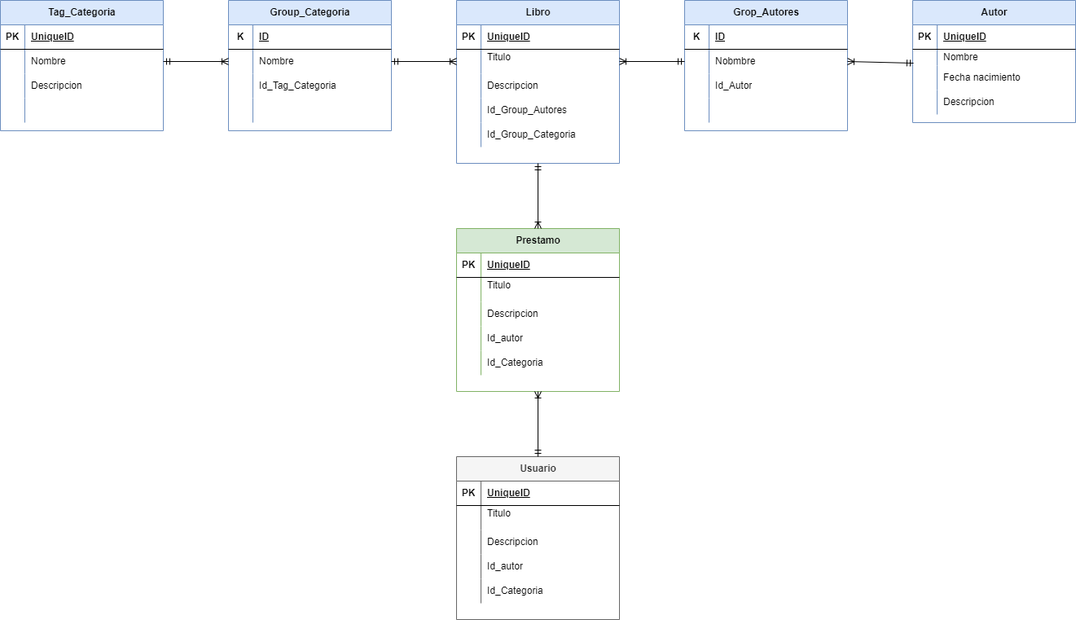
Before: Vista de datos.png, a diagram exported from draw.io (MuelitasVil/FastApi-Api-Restaurante). Source tidied: cells renumbered, new cells last; positions are measured from the earlier drawing's top-left corner, leaving out a move shared by most shapes.
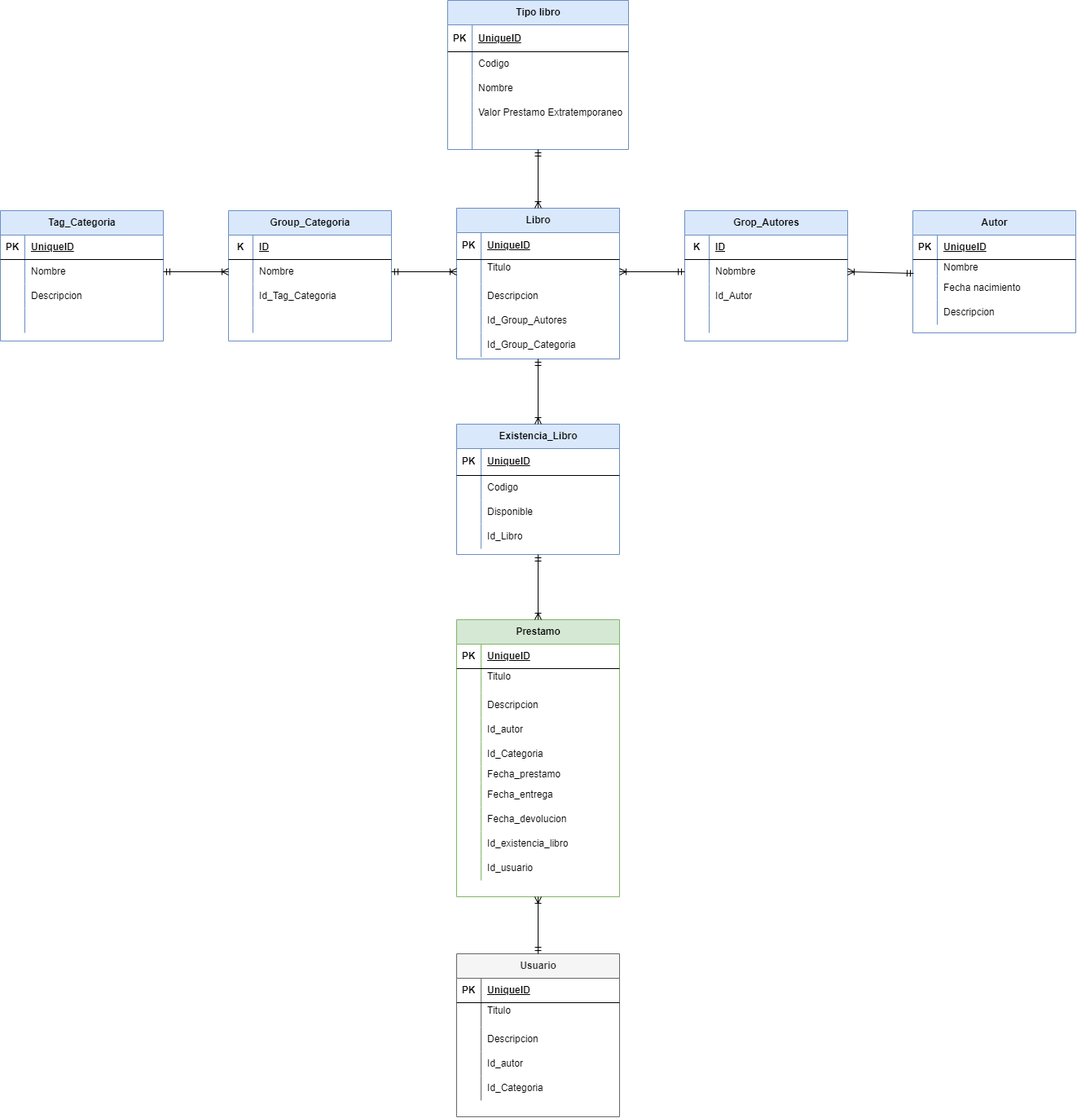
The same diagram one commit later.

What changed in the source:
```diff
@@ -3,19 +3,19 @@
     <mxCell id="0" />
     <mxCell id="1" parent="0" />
     <mxCell id="2" value="Libro" style="shape=table;startSize=30;rowLines=0;fontStyle=1;align=center;html=1;fillColor=#dae8fc;strokeColor=#6c8ebf;" parent="1" vertex="1">
-      <mxGeometry x="560" width="200" height="200" as="geometry" />
+      <mxGeometry x="560" y="-3" width="200" height="185" as="geometry" />
     </mxCell>
     <mxCell id="3" style="shape=tableRow;horizontal=0;startSize=0;swimlaneHead=0;swimlaneBody=0;fillColor=none;top=0;left=0;right=0;bottom=1;" parent="2" vertex="1">
-      <mxGeometry y="30" width="200" height="30" as="geometry" />
+      <mxGeometry y="30" width="200" height="33" as="geometry" />
     </mxCell>
     <mxCell id="4" value="PK" style="shape=partialRectangle;fillColor=none;top=0;left=0;bottom=0;right=0;fontStyle=1;overflow=hidden;whiteSpace=wrap;html=1;" parent="3" vertex="1">
-      <mxGeometry width="30" height="30" as="geometry" />
+      <mxGeometry width="30" height="33" as="geometry" />
     </mxCell>
     <mxCell id="5" value="UniqueID" style="shape=partialRectangle;fillColor=none;top=0;left=0;bottom=0;right=0;align=left;spacingLeft=6;fontStyle=5;overflow=hidden;whiteSpace=wrap;html=1;" parent="3" vertex="1">
-      <mxGeometry x="30" width="170" height="30" as="geometry" />
+      <mxGeometry x="30" width="170" height="33" as="geometry" />
     </mxCell>
     <mxCell id="6" style="shape=tableRow;horizontal=0;startSize=0;swimlaneHead=0;swimlaneBody=0;fillColor=none;points=[[0,0.5],[1,0.5]];portConstraint=eastwest;top=0;left=0;right=0;bottom=0;" parent="2" vertex="1">
-      <mxGeometry y="60" width="200" height="30" as="geometry" />
+      <mxGeometry y="63" width="200" height="30" as="geometry" />
     </mxCell>
     <mxCell id="7" style="shape=partialRectangle;fillColor=none;top=0;left=0;bottom=0;right=0;overflow=hidden;whiteSpace=wrap;html=1;" parent="6" vertex="1">
       <mxGeometry width="30" height="30" as="geometry" />
@@ -24,7 +24,7 @@
       <mxGeometry x="30" width="170" height="30" as="geometry" />
     </mxCell>
     <mxCell id="9" style="shape=tableRow;horizontal=0;startSize=0;swimlaneHead=0;swimlaneBody=0;fillColor=none;top=0;left=0;right=0;bottom=0;" parent="2" vertex="1">
-      <mxGeometry y="90" width="200" height="30" as="geometry" />
+      <mxGeometry y="93" width="200" height="30" as="geometry" />
     </mxCell>
     <mxCell id="10" style="shape=partialRectangle;fillColor=none;top=0;left=0;bottom=0;right=0;overflow=hidden;whiteSpace=wrap;html=1;" parent="9" vertex="1">
       <mxGeometry width="30" height="30" as="geometry" />
@@ -33,7 +33,7 @@
       <mxGeometry x="30" width="170" height="30" as="geometry" />
     </mxCell>
     <mxCell id="12" style="shape=tableRow;horizontal=0;startSize=0;swimlaneHead=0;swimlaneBody=0;fillColor=none;top=0;left=0;right=0;bottom=0;" parent="2" vertex="1">
-      <mxGeometry y="120" width="200" height="30" as="geometry" />
+      <mxGeometry y="123" width="200" height="30" as="geometry" />
     </mxCell>
     <mxCell id="13" style="shape=partialRectangle;fillColor=none;top=0;left=0;bottom=0;right=0;overflow=hidden;whiteSpace=wrap;html=1;" parent="12" vertex="1">
       <mxGeometry width="30" height="30" as="geometry" />
@@ -42,7 +42,7 @@
       <mxGeometry x="30" width="170" height="30" as="geometry" />
     </mxCell>
     <mxCell id="15" style="shape=tableRow;horizontal=0;startSize=0;swimlaneHead=0;swimlaneBody=0;fillColor=none;top=0;left=0;right=0;bottom=0;" parent="2" vertex="1">
-      <mxGeometry y="150" width="200" height="30" as="geometry" />
+      <mxGeometry y="153" width="200" height="30" as="geometry" />
     </mxCell>
     <mxCell id="16" style="shape=partialRectangle;fillColor=none;top=0;left=0;bottom=0;right=0;overflow=hidden;whiteSpace=wrap;html=1;" parent="15" vertex="1">
       <mxGeometry width="30" height="30" as="geometry" />
@@ -207,7 +207,7 @@
       <mxGeometry x="30" width="170" height="30" as="geometry" />
     </mxCell>
     <mxCell id="70" value="Prestamo" style="shape=table;startSize=30;rowLines=0;fontStyle=1;align=center;html=1;fillColor=#d5e8d4;strokeColor=#82b366;" parent="1" vertex="1">
-      <mxGeometry x="560" y="280" width="200" height="200" as="geometry" />
+      <mxGeometry x="560" y="502" width="200" height="340" as="geometry" />
     </mxCell>
     <mxCell id="71" style="shape=tableRow;horizontal=0;startSize=0;swimlaneHead=0;swimlaneBody=0;fillColor=none;top=0;left=0;right=0;bottom=1;" parent="70" vertex="1">
       <mxGeometry y="30" width="200" height="30" as="geometry" />
@@ -254,8 +254,53 @@
     <mxCell id="85" value="Id_Categoria" style="shape=partialRectangle;fillColor=none;top=0;left=0;bottom=0;right=0;align=left;spacingLeft=6;overflow=hidden;whiteSpace=wrap;html=1;" parent="83" vertex="1">
       <mxGeometry x="30" width="170" height="30" as="geometry" />
     </mxCell>
+    <mxCell id="108" style="shape=tableRow;horizontal=0;startSize=0;swimlaneHead=0;swimlaneBody=0;fillColor=none;top=0;left=0;right=0;bottom=0;" parent="70" vertex="1">
+      <mxGeometry y="180" width="200" height="20" as="geometry" />
+    </mxCell>
+    <mxCell id="109" style="shape=partialRectangle;fillColor=none;top=0;left=0;bottom=0;right=0;overflow=hidden;whiteSpace=wrap;html=1;" parent="108" vertex="1">
+      <mxGeometry width="30" height="20" as="geometry" />
+    </mxCell>
+    <mxCell id="110" value="Fecha_prestamo" style="shape=partialRectangle;fillColor=none;top=0;left=0;bottom=0;right=0;align=left;spacingLeft=6;overflow=hidden;whiteSpace=wrap;html=1;" parent="108" vertex="1">
+      <mxGeometry x="30" width="170" height="20" as="geometry" />
+    </mxCell>
+    <mxCell id="111" style="shape=tableRow;horizontal=0;startSize=0;swimlaneHead=0;swimlaneBody=0;fillColor=none;top=0;left=0;right=0;bottom=0;" parent="70" vertex="1">
+      <mxGeometry y="200" width="200" height="30" as="geometry" />
+    </mxCell>
+    <mxCell id="112" style="shape=partialRectangle;fillColor=none;top=0;left=0;bottom=0;right=0;overflow=hidden;whiteSpace=wrap;html=1;" parent="111" vertex="1">
+      <mxGeometry width="30" height="30" as="geometry" />
+    </mxCell>
+    <mxCell id="113" value="Fecha_entrega" style="shape=partialRectangle;fillColor=none;top=0;left=0;bottom=0;right=0;align=left;spacingLeft=6;overflow=hidden;whiteSpace=wrap;html=1;" parent="111" vertex="1">
+      <mxGeometry x="30" width="170" height="30" as="geometry" />
+    </mxCell>
+    <mxCell id="114" style="shape=tableRow;horizontal=0;startSize=0;swimlaneHead=0;swimlaneBody=0;fillColor=none;top=0;left=0;right=0;bottom=0;" parent="70" vertex="1">
+      <mxGeometry y="230" width="200" height="30" as="geometry" />
+    </mxCell>
+    <mxCell id="115" style="shape=partialRectangle;fillColor=none;top=0;left=0;bottom=0;right=0;overflow=hidden;whiteSpace=wrap;html=1;" parent="114" vertex="1">
+      <mxGeometry width="30" height="30" as="geometry" />
+    </mxCell>
+    <mxCell id="116" value="Fecha_devolucion" style="shape=partialRectangle;fillColor=none;top=0;left=0;bottom=0;right=0;align=left;spacingLeft=6;overflow=hidden;whiteSpace=wrap;html=1;" parent="114" vertex="1">
+      <mxGeometry x="30" width="170" height="30" as="geometry" />
+    </mxCell>
+    <mxCell id="117" style="shape=tableRow;horizontal=0;startSize=0;swimlaneHead=0;swimlaneBody=0;fillColor=none;top=0;left=0;right=0;bottom=0;" parent="70" vertex="1">
+      <mxGeometry y="260" width="200" height="30" as="geometry" />
+    </mxCell>
+    <mxCell id="118" style="shape=partialRectangle;fillColor=none;top=0;left=0;bottom=0;right=0;overflow=hidden;whiteSpace=wrap;html=1;" parent="117" vertex="1">
+      <mxGeometry width="30" height="30" as="geometry" />
+    </mxCell>
+    <mxCell id="119" value="Id_existencia_libro" style="shape=partialRectangle;fillColor=none;top=0;left=0;bottom=0;right=0;align=left;spacingLeft=6;overflow=hidden;whiteSpace=wrap;html=1;" parent="117" vertex="1">
+      <mxGeometry x="30" width="170" height="30" as="geometry" />
+    </mxCell>
+    <mxCell id="120" style="shape=tableRow;horizontal=0;startSize=0;swimlaneHead=0;swimlaneBody=0;fillColor=none;top=0;left=0;right=0;bottom=0;" parent="70" vertex="1">
+      <mxGeometry y="290" width="200" height="30" as="geometry" />
+    </mxCell>
+    <mxCell id="121" style="shape=partialRectangle;fillColor=none;top=0;left=0;bottom=0;right=0;overflow=hidden;whiteSpace=wrap;html=1;" parent="120" vertex="1">
+      <mxGeometry width="30" height="30" as="geometry" />
+    </mxCell>
+    <mxCell id="122" value="Id_usuario" style="shape=partialRectangle;fillColor=none;top=0;left=0;bottom=0;right=0;align=left;spacingLeft=6;overflow=hidden;whiteSpace=wrap;html=1;" parent="120" vertex="1">
+      <mxGeometry x="30" width="170" height="30" as="geometry" />
+    </mxCell>
     <mxCell id="86" value="Usuario" style="shape=table;startSize=30;rowLines=0;fontStyle=1;align=center;html=1;fillColor=#f5f5f5;fontColor=#333333;strokeColor=#666666;" parent="1" vertex="1">
-      <mxGeometry x="560" y="560" width="200" height="200" as="geometry" />
+      <mxGeometry x="560" y="912" width="200" height="200" as="geometry" />
     </mxCell>
     <mxCell id="87" style="shape=tableRow;horizontal=0;startSize=0;swimlaneHead=0;swimlaneBody=0;fillColor=none;top=0;left=0;right=0;bottom=1;" parent="86" vertex="1">
       <mxGeometry y="30" width="200" height="30" as="geometry" />
@@ -314,11 +359,104 @@
     <mxCell id="105" style="fontSize=12;html=1;endArrow=ERoneToMany;startArrow=ERmandOne;rounded=0;entryX=1;entryY=0.5;entryDx=0;entryDy=0;exitX=0.005;exitY=-0.1;exitDx=0;exitDy=0;exitPerimeter=0;" parent="1" edge="1" source="64" target="48">
       <mxGeometry relative="1" as="geometry" />
     </mxCell>
-    <mxCell id="106" style="fontSize=12;html=1;endArrow=ERoneToMany;startArrow=ERmandOne;rounded=0;entryX=0.5;entryY=0;entryDx=0;entryDy=0;exitX=0.5;exitY=1;exitDx=0;exitDy=0;" parent="1" edge="1" source="2" target="70">
-      <mxGeometry relative="1" as="geometry" />
-    </mxCell>
     <mxCell id="107" style="fontSize=12;html=1;endArrow=ERoneToMany;startArrow=ERmandOne;rounded=0;entryX=0.5;entryY=1;entryDx=0;entryDy=0;exitX=0.5;exitY=0;exitDx=0;exitDy=0;" parent="1" edge="1" source="86" target="70">
       <mxGeometry relative="1" as="geometry" />
     </mxCell>
+    <mxCell id="123" value="Tipo libro" style="shape=table;startSize=30;rowLines=0;fontStyle=1;align=center;html=1;fillColor=#dae8fc;strokeColor=#6c8ebf;" parent="1" vertex="1">
+      <mxGeometry x="549" y="-258" width="222" height="183" as="geometry" />
+    </mxCell>
+    <mxCell id="124" style="shape=tableRow;horizontal=0;startSize=0;swimlaneHead=0;swimlaneBody=0;fillColor=none;top=0;left=0;right=0;bottom=1;" parent="123" vertex="1">
+      <mxGeometry y="30" width="222" height="33" as="geometry" />
+    </mxCell>
+    <mxCell id="125" value="PK" style="shape=partialRectangle;fillColor=none;top=0;left=0;bottom=0;right=0;fontStyle=1;overflow=hidden;whiteSpace=wrap;html=1;" parent="124" vertex="1">
+      <mxGeometry width="30" height="33" as="geometry" />
+    </mxCell>
+    <mxCell id="126" value="UniqueID" style="shape=partialRectangle;fillColor=none;top=0;left=0;bottom=0;right=0;align=left;spacingLeft=6;fontStyle=5;overflow=hidden;whiteSpace=wrap;html=1;" parent="124" vertex="1">
+      <mxGeometry x="30" width="192" height="33" as="geometry" />
+    </mxCell>
+    <mxCell id="127" style="shape=tableRow;horizontal=0;startSize=0;swimlaneHead=0;swimlaneBody=0;fillColor=none;top=0;left=0;right=0;bottom=0;" parent="123" vertex="1">
+      <mxGeometry y="63" width="222" height="30" as="geometry" />
+    </mxCell>
+    <mxCell id="128" style="shape=partialRectangle;fillColor=none;top=0;left=0;bottom=0;right=0;overflow=hidden;whiteSpace=wrap;html=1;" parent="127" vertex="1">
+      <mxGeometry width="30" height="30" as="geometry" />
+    </mxCell>
+    <mxCell id="129" value="&lt;div&gt;Codigo&lt;/div&gt;" style="shape=partialRectangle;fillColor=none;top=0;left=0;bottom=0;right=0;align=left;spacingLeft=6;overflow=hidden;whiteSpace=wrap;html=1;" parent="127" vertex="1">
+      <mxGeometry x="30" width="192" height="30" as="geometry" />
+    </mxCell>
+    <mxCell id="130" style="shape=tableRow;horizontal=0;startSize=0;swimlaneHead=0;swimlaneBody=0;fillColor=none;top=0;left=0;right=0;bottom=0;" parent="123" vertex="1">
+      <mxGeometry y="93" width="222" height="30" as="geometry" />
+    </mxCell>
+    <mxCell id="131" style="shape=partialRectangle;fillColor=none;top=0;left=0;bottom=0;right=0;overflow=hidden;whiteSpace=wrap;html=1;" parent="130" vertex="1">
+      <mxGeometry width="30" height="30" as="geometry" />
+    </mxCell>
+    <mxCell id="132" value="Nombre" style="shape=partialRectangle;fillColor=none;top=0;left=0;bottom=0;right=0;align=left;spacingLeft=6;overflow=hidden;whiteSpace=wrap;html=1;" parent="130" vertex="1">
+      <mxGeometry x="30" width="192" height="30" as="geometry" />
+    </mxCell>
+    <mxCell id="133" style="shape=tableRow;horizontal=0;startSize=0;swimlaneHead=0;swimlaneBody=0;fillColor=none;top=0;left=0;right=0;bottom=0;" parent="123" vertex="1">
+      <mxGeometry y="123" width="222" height="30" as="geometry" />
+    </mxCell>
+    <mxCell id="134" style="shape=partialRectangle;fillColor=none;top=0;left=0;bottom=0;right=0;overflow=hidden;whiteSpace=wrap;html=1;" parent="133" vertex="1">
+      <mxGeometry width="30" height="30" as="geometry" />
+    </mxCell>
+    <mxCell id="135" value="&lt;span style=&quot;text-align: center; text-wrap: nowrap;&quot;&gt;Valor Prestamo Extratemporaneo&lt;/span&gt;" style="shape=partialRectangle;fillColor=none;top=0;left=0;bottom=0;right=0;align=left;spacingLeft=6;overflow=hidden;whiteSpace=wrap;html=1;" parent="133" vertex="1">
+      <mxGeometry x="30" width="192" height="30" as="geometry" />
+    </mxCell>
+    <mxCell id="136" style="shape=tableRow;horizontal=0;startSize=0;swimlaneHead=0;swimlaneBody=0;fillColor=none;top=0;left=0;right=0;bottom=0;" parent="123" vertex="1">
+      <mxGeometry y="153" width="222" height="30" as="geometry" />
+    </mxCell>
+    <mxCell id="137" style="shape=partialRectangle;fillColor=none;top=0;left=0;bottom=0;right=0;overflow=hidden;whiteSpace=wrap;html=1;" parent="136" vertex="1">
+      <mxGeometry width="30" height="30" as="geometry" />
+    </mxCell>
+    <mxCell id="138" style="shape=partialRectangle;fillColor=none;top=0;left=0;bottom=0;right=0;align=left;spacingLeft=6;overflow=hidden;whiteSpace=wrap;html=1;" parent="136" vertex="1">
+      <mxGeometry x="30" width="192" height="30" as="geometry" />
+    </mxCell>
+    <mxCell id="139" style="fontSize=12;html=1;endArrow=ERoneToMany;startArrow=ERmandOne;rounded=0;entryX=0.5;entryY=0;entryDx=0;entryDy=0;exitX=0.5;exitY=1;exitDx=0;exitDy=0;" parent="1" edge="1" source="123" target="2">
+      <mxGeometry relative="1" as="geometry" />
+    </mxCell>
+    <mxCell id="140" value="Existencia_Libro" style="shape=table;startSize=30;rowLines=0;fontStyle=1;align=center;html=1;fillColor=#dae8fc;strokeColor=#6c8ebf;" parent="1" vertex="1">
+      <mxGeometry x="560" y="262" width="200" height="160" as="geometry" />
+    </mxCell>
+    <mxCell id="141" style="shape=tableRow;horizontal=0;startSize=0;swimlaneHead=0;swimlaneBody=0;fillColor=none;top=0;left=0;right=0;bottom=1;" parent="140" vertex="1">
+      <mxGeometry y="30" width="200" height="33" as="geometry" />
+    </mxCell>
+    <mxCell id="142" value="PK" style="shape=partialRectangle;fillColor=none;top=0;left=0;bottom=0;right=0;fontStyle=1;overflow=hidden;whiteSpace=wrap;html=1;" parent="141" vertex="1">
+      <mxGeometry width="30" height="33" as="geometry" />
+    </mxCell>
+    <mxCell id="143" value="UniqueID" style="shape=partialRectangle;fillColor=none;top=0;left=0;bottom=0;right=0;align=left;spacingLeft=6;fontStyle=5;overflow=hidden;whiteSpace=wrap;html=1;" parent="141" vertex="1">
+      <mxGeometry x="30" width="170" height="33" as="geometry" />
+    </mxCell>
+    <mxCell id="144" style="shape=tableRow;horizontal=0;startSize=0;swimlaneHead=0;swimlaneBody=0;fillColor=none;top=0;left=0;right=0;bottom=0;" parent="140" vertex="1">
+      <mxGeometry y="63" width="200" height="30" as="geometry" />
+    </mxCell>
+    <mxCell id="145" style="shape=partialRectangle;fillColor=none;top=0;left=0;bottom=0;right=0;overflow=hidden;whiteSpace=wrap;html=1;" parent="144" vertex="1">
+      <mxGeometry width="30" height="30" as="geometry" />
+    </mxCell>
+    <mxCell id="146" value="Codigo" style="shape=partialRectangle;fillColor=none;top=0;left=0;bottom=0;right=0;align=left;spacingLeft=6;overflow=hidden;whiteSpace=wrap;html=1;" parent="144" vertex="1">
+      <mxGeometry x="30" width="170" height="30" as="geometry" />
+    </mxCell>
+    <mxCell id="147" style="shape=tableRow;horizontal=0;startSize=0;swimlaneHead=0;swimlaneBody=0;fillColor=none;top=0;left=0;right=0;bottom=0;" parent="140" vertex="1">
+      <mxGeometry y="93" width="200" height="30" as="geometry" />
+    </mxCell>
+    <mxCell id="148" style="shape=partialRectangle;fillColor=none;top=0;left=0;bottom=0;right=0;overflow=hidden;whiteSpace=wrap;html=1;" parent="147" vertex="1">
+      <mxGeometry width="30" height="30" as="geometry" />
+    </mxCell>
+    <mxCell id="149" value="Disponible" style="shape=partialRectangle;fillColor=none;top=0;left=0;bottom=0;right=0;align=left;spacingLeft=6;overflow=hidden;whiteSpace=wrap;html=1;" parent="147" vertex="1">
+      <mxGeometry x="30" width="170" height="30" as="geometry" />
+    </mxCell>
+    <mxCell id="150" style="shape=tableRow;horizontal=0;startSize=0;swimlaneHead=0;swimlaneBody=0;fillColor=none;top=0;left=0;right=0;bottom=0;" parent="140" vertex="1">
+      <mxGeometry y="123" width="200" height="30" as="geometry" />
+    </mxCell>
+    <mxCell id="151" style="shape=partialRectangle;fillColor=none;top=0;left=0;bottom=0;right=0;overflow=hidden;whiteSpace=wrap;html=1;" parent="150" vertex="1">
+      <mxGeometry width="30" height="30" as="geometry" />
+    </mxCell>
+    <mxCell id="152" value="&lt;span style=&quot;text-align: center; text-wrap: nowrap;&quot;&gt;Id_Libro&lt;/span&gt;" style="shape=partialRectangle;fillColor=none;top=0;left=0;bottom=0;right=0;align=left;spacingLeft=6;overflow=hidden;whiteSpace=wrap;html=1;" parent="150" vertex="1">
+      <mxGeometry x="30" width="170" height="30" as="geometry" />
+    </mxCell>
+    <mxCell id="153" style="fontSize=12;html=1;endArrow=ERoneToMany;startArrow=ERmandOne;rounded=0;entryX=0.5;entryY=0;entryDx=0;entryDy=0;exitX=0.5;exitY=1;exitDx=0;exitDy=0;" parent="1" edge="1" source="2" target="140">
+      <mxGeometry relative="1" as="geometry" />
+    </mxCell>
+    <mxCell id="154" style="fontSize=12;html=1;endArrow=ERoneToMany;startArrow=ERmandOne;rounded=0;entryX=0.5;entryY=0;entryDx=0;entryDy=0;exitX=0.5;exitY=1;exitDx=0;exitDy=0;" parent="1" edge="1" source="140" target="70">
+      <mxGeometry relative="1" as="geometry" />
+    </mxCell>
   </root>
 </mxGraphModel>
```
